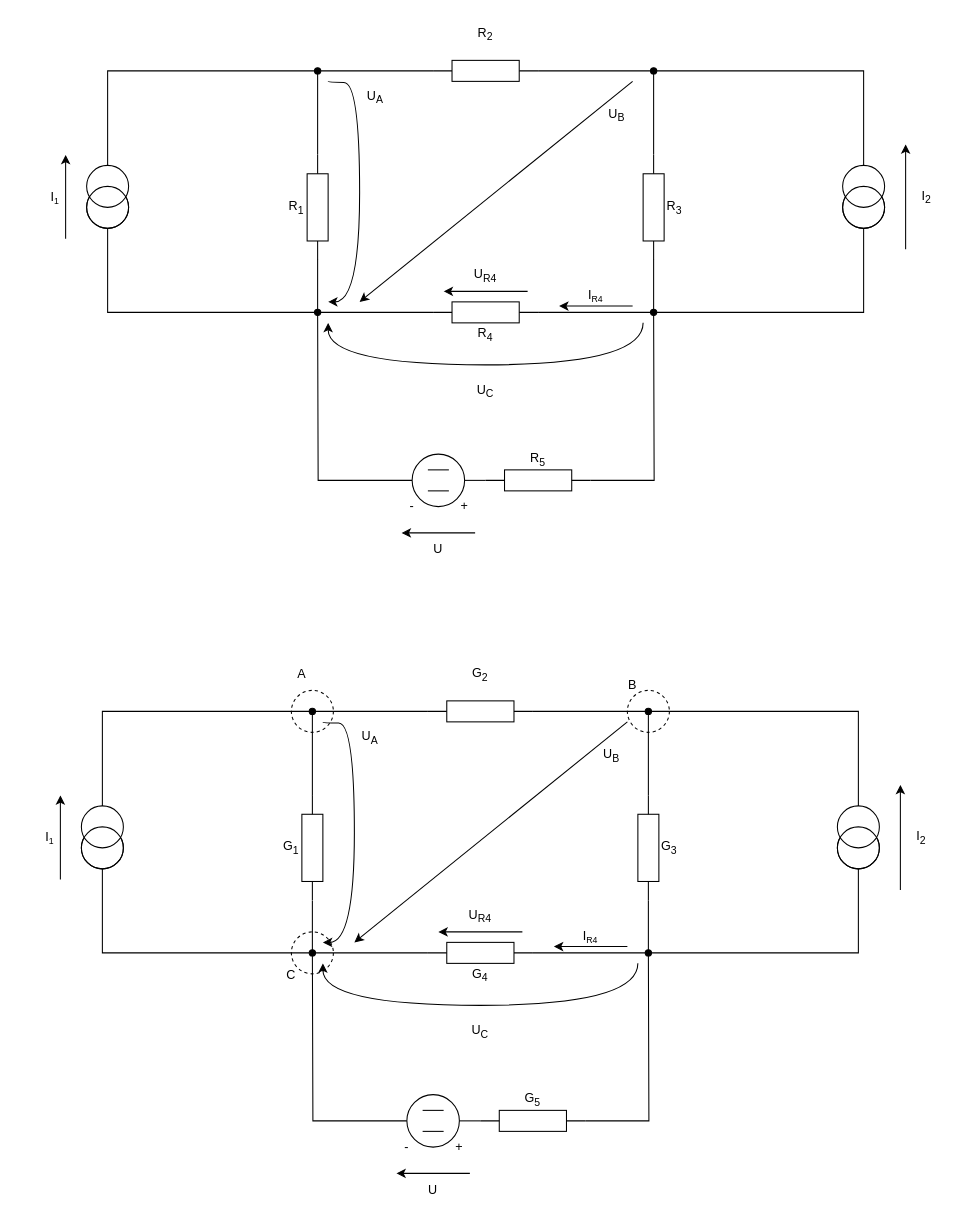
Above: priklad3/priklad3.drawio in MartinNav/iel_proj (draw.io), before the change. Source tidied: cells renumbered, new cells numbered last; positions are measured from the earlier drawing's top-left corner, leaving out a move shared by most shapes. Both pictures are drawn from the tidied source at 105%, with x=0, y=0 at pixel (18, 18).
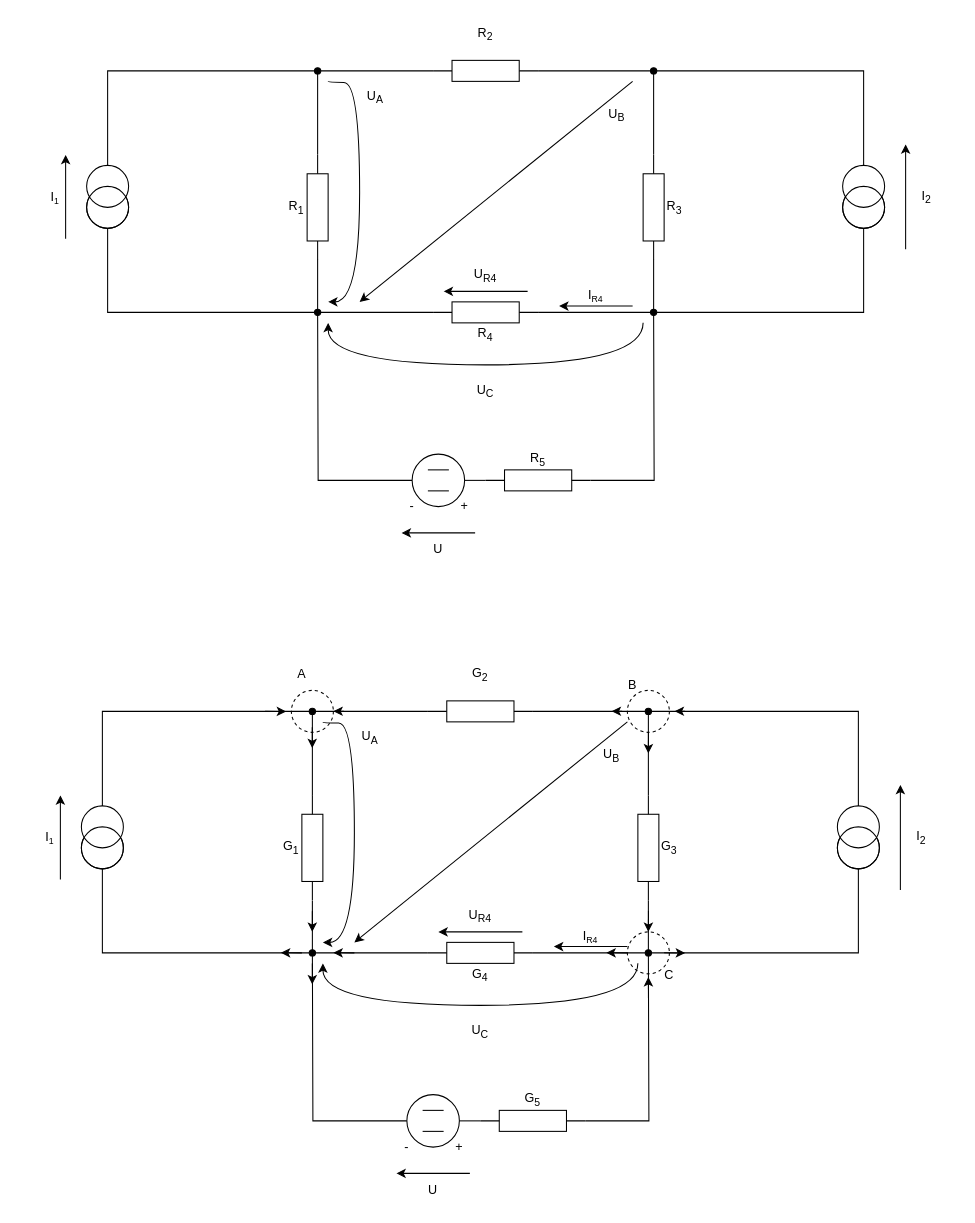
After the change.

What changed in the source:
```diff
@@
     <mxCell id="3" style="ellipse;whiteSpace=wrap;html=1;dashed=1;" parent="1" vertex="1">
-      <mxGeometry x="260" y="870" width="40" height="40" as="geometry" />
+      <mxGeometry x="580" y="870" width="40" height="40" as="geometry" />
     </mxCell>
@@
     <mxCell id="95" value="C" style="text;html=1;strokeColor=none;fillColor=none;align=center;verticalAlign=middle;whiteSpace=wrap;rounded=0;" parent="1" vertex="1">
-      <mxGeometry x="230" y="896" width="60" height="30" as="geometry" />
+      <mxGeometry x="590" y="896" width="60" height="30" as="geometry" />
     </mxCell>
+    <mxCell id="96" style="endArrow=classic;html=1;rounded=0;" parent="1" edge="1">
+      <mxGeometry relative="1" as="geometry">
+        <mxPoint x="310" y="659.9" as="sourcePoint" />
+        <mxPoint x="300" y="659.9" as="targetPoint" />
+      </mxGeometry>
+    </mxCell>
+    <mxCell id="97" style="endArrow=classic;html=1;rounded=0;" parent="1" edge="1">
+      <mxGeometry relative="1" as="geometry">
+        <mxPoint x="575" y="659.9" as="sourcePoint" />
+        <mxPoint x="565" y="659.9" as="targetPoint" />
+      </mxGeometry>
+    </mxCell>
+    <mxCell id="98" style="endArrow=classic;html=1;rounded=0;" parent="1" edge="1">
+      <mxGeometry relative="1" as="geometry">
+        <mxPoint x="635" y="659.9" as="sourcePoint" />
+        <mxPoint x="625" y="659.9" as="targetPoint" />
+      </mxGeometry>
+    </mxCell>
+    <mxCell id="99" style="endArrow=classic;html=1;rounded=0;" parent="1" edge="1">
+      <mxGeometry relative="1" as="geometry">
+        <mxPoint x="270" y="890" as="sourcePoint" />
+        <mxPoint x="250" y="889.9" as="targetPoint" />
+      </mxGeometry>
+    </mxCell>
+    <mxCell id="100" style="endArrow=classic;html=1;rounded=0;" parent="1" edge="1">
+      <mxGeometry relative="1" as="geometry">
+        <mxPoint x="320" y="890" as="sourcePoint" />
+        <mxPoint x="300" y="889.9" as="targetPoint" />
+      </mxGeometry>
+    </mxCell>
+    <mxCell id="101" style="endArrow=classic;html=1;rounded=0;" parent="1" edge="1">
+      <mxGeometry relative="1" as="geometry">
+        <mxPoint x="580" y="890" as="sourcePoint" />
+        <mxPoint x="560" y="889.9" as="targetPoint" />
+      </mxGeometry>
+    </mxCell>
+    <mxCell id="102" style="endArrow=classic;html=1;rounded=0;" parent="1" edge="1">
+      <mxGeometry relative="1" as="geometry">
+        <mxPoint x="279.9" y="675" as="sourcePoint" />
+        <mxPoint x="279.9" y="695" as="targetPoint" />
+      </mxGeometry>
+    </mxCell>
+    <mxCell id="103" style="endArrow=classic;html=1;rounded=0;" parent="1" edge="1">
+      <mxGeometry relative="1" as="geometry">
+        <mxPoint x="600.1" y="680" as="sourcePoint" />
+        <mxPoint x="600" y="700" as="targetPoint" />
+      </mxGeometry>
+    </mxCell>
+    <mxCell id="104" style="endArrow=classic;html=1;rounded=0;" parent="1" edge="1">
+      <mxGeometry relative="1" as="geometry">
+        <mxPoint x="600.1" y="850" as="sourcePoint" />
+        <mxPoint x="600" y="870" as="targetPoint" />
+      </mxGeometry>
+    </mxCell>
+    <mxCell id="105" style="endArrow=classic;html=1;rounded=0;" parent="1" edge="1">
+      <mxGeometry relative="1" as="geometry">
+        <mxPoint x="280" y="850" as="sourcePoint" />
+        <mxPoint x="279.9" y="870" as="targetPoint" />
+      </mxGeometry>
+    </mxCell>
+    <mxCell id="106" style="endArrow=classic;html=1;rounded=0;" parent="1" edge="1">
+      <mxGeometry relative="1" as="geometry">
+        <mxPoint x="280" y="900" as="sourcePoint" />
+        <mxPoint x="279.9" y="920" as="targetPoint" />
+      </mxGeometry>
+    </mxCell>
+    <mxCell id="107" style="endArrow=classic;html=1;rounded=0;" parent="1" edge="1">
+      <mxGeometry relative="1" as="geometry">
+        <mxPoint x="600.1" y="933" as="sourcePoint" />
+        <mxPoint x="600" y="913" as="targetPoint" />
+      </mxGeometry>
+    </mxCell>
+    <mxCell id="108" style="endArrow=classic;html=1;rounded=0;" parent="1" edge="1">
+      <mxGeometry relative="1" as="geometry">
+        <mxPoint x="235" y="659.9" as="sourcePoint" />
+        <mxPoint x="255" y="660.1" as="targetPoint" />
+      </mxGeometry>
+    </mxCell>
+    <mxCell id="109" style="endArrow=classic;html=1;rounded=0;" parent="1" edge="1">
+      <mxGeometry relative="1" as="geometry">
+        <mxPoint x="615" y="889.9" as="sourcePoint" />
+        <mxPoint x="635" y="890.1" as="targetPoint" />
+      </mxGeometry>
+    </mxCell>
```
